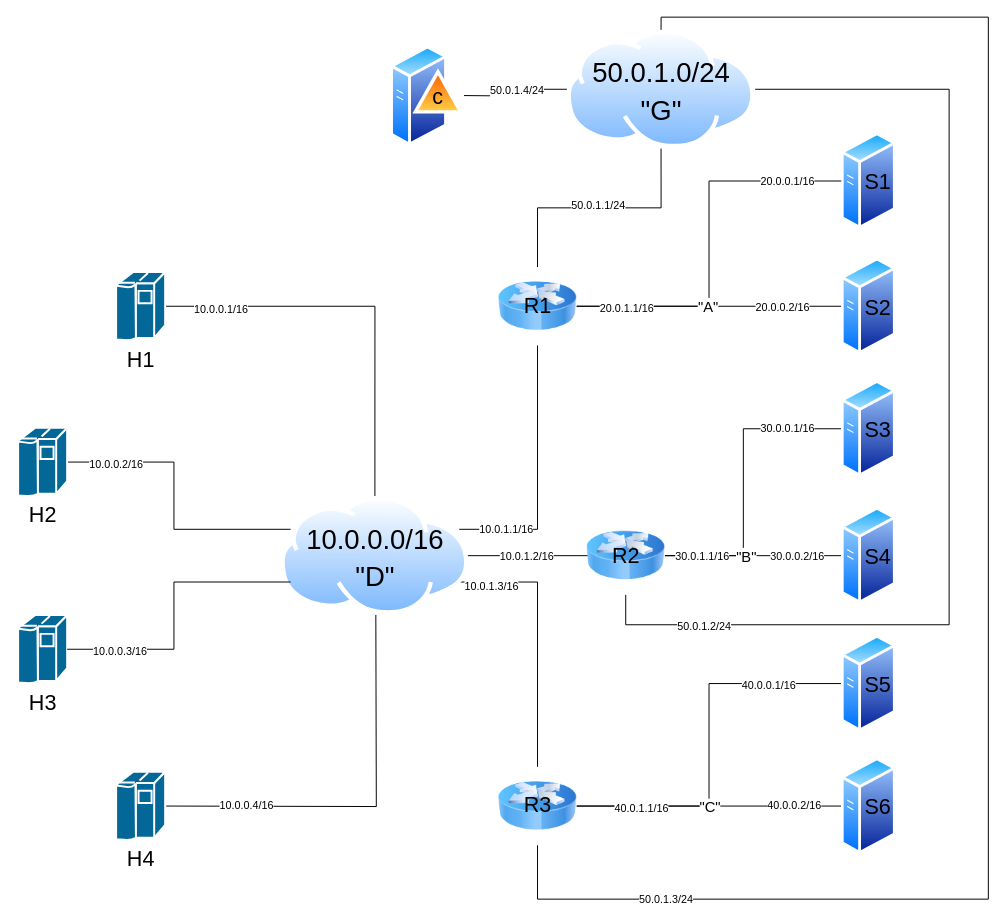
Above: network.drawio in Atlac/Load-Balancer (draw.io), before the change. Source tidied: cells renumbered, new cells numbered last; positions are measured from the earlier drawing's top-left corner, leaving out a move shared by most shapes. Both pictures are drawn from the tidied source at 98%, with x=0, y=0 at pixel (18, 17).
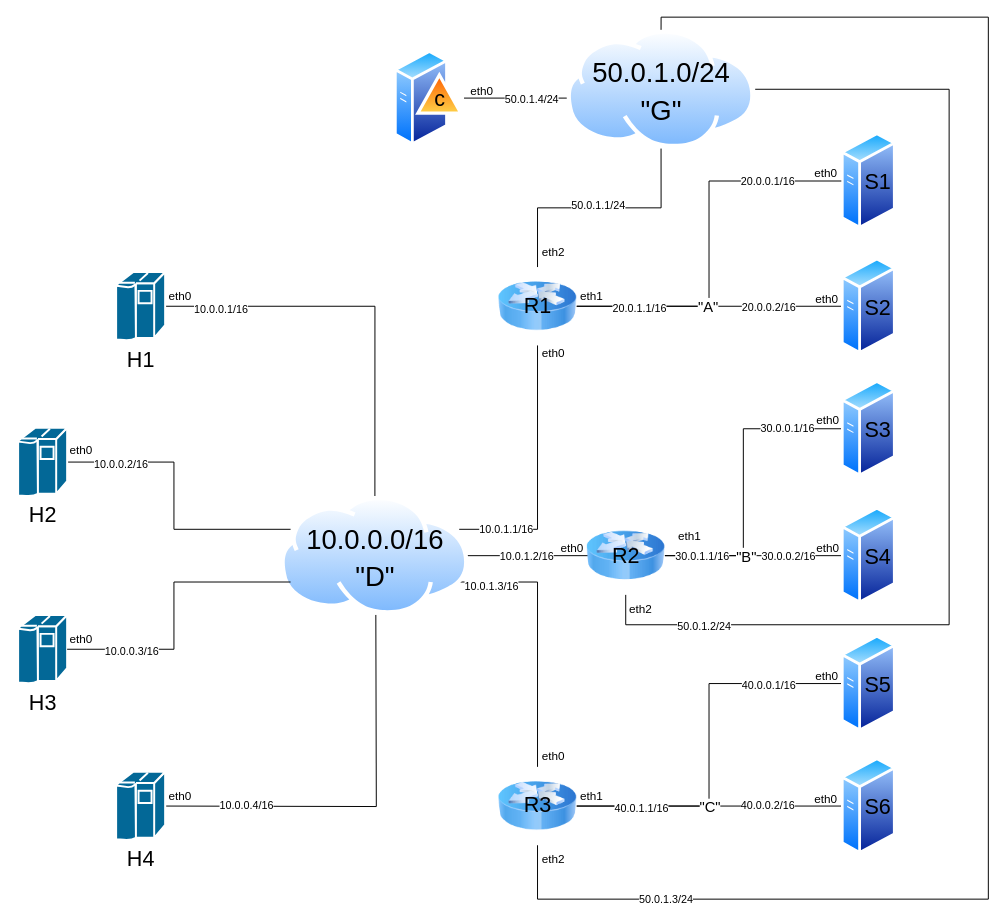
The same page after the edit.

The change refers to these unchanged cells:
```xml
<mxCell id="2" style="edgeStyle=orthogonalEdgeStyle;rounded=0;jettySize=auto;html=1;exitX=1;exitY=0.5;exitDx=0;exitDy=0;exitPerimeter=0;entryX=0;entryY=0.25;entryDx=0;entryDy=0;endArrow=none;startFill=0;" parent="1" edge="1" source="4" target="18">
  <mxGeometry relative="1" as="geometry" />
</mxCell>
<mxCell id="19" style="edgeStyle=orthogonalEdgeStyle;rounded=0;jettySize=auto;html=1;exitX=1;exitY=0.5;exitDx=0;exitDy=0;entryX=0;entryY=0.5;entryDx=0;entryDy=0;endArrow=none;startFill=0;" parent="1" edge="1" source="27">
  <mxGeometry relative="1" as="geometry">
    <mxPoint x="840" y="549.5" as="targetPoint" />
  </mxGeometry>
</mxCell>
<mxCell id="30" style="edgeStyle=orthogonalEdgeStyle;rounded=0;jettySize=auto;html=1;exitX=1;exitY=0.5;exitDx=0;exitDy=0;entryX=0;entryY=0.5;entryDx=0;entryDy=0;endArrow=none;startFill=0;" parent="1" edge="1" source="36" target="50">
  <mxGeometry relative="1" as="geometry">
    <Array as="points">
      <mxPoint x="700" y="805" />
      <mxPoint x="700" y="805" />
    </Array>
  </mxGeometry>
</mxCell>
<mxCell id="37" style="edgeStyle=orthogonalEdgeStyle;rounded=0;jettySize=auto;html=1;exitX=1;exitY=0.5;exitDx=0;exitDy=0;entryX=0;entryY=0.5;entryDx=0;entryDy=0;endArrow=none;startFill=0;" parent="1" edge="1" source="41" target="46">
  <mxGeometry relative="1" as="geometry" />
</mxCell>
<mxCell id="44" style="edgeStyle=orthogonalEdgeStyle;rounded=0;jettySize=auto;html=1;exitX=1;exitY=0.5;exitDx=0;exitDy=0;exitPerimeter=0;entryX=0;entryY=0.75;entryDx=0;entryDy=0;endArrow=none;startFill=0;" parent="1" edge="1" source="5" target="18">
  <mxGeometry relative="1" as="geometry" />
</mxCell>
<mxCell id="53" value="&lt;font style=&quot;font-size: 28px;&quot;&gt;50.0.1.0/24&lt;/font&gt;&lt;div&gt;&lt;font style=&quot;font-size: 28px;&quot;&gt;&quot;G&quot;&lt;/font&gt;&lt;/div&gt;" style="image;perimeter=ellipsePerimeter;html=1;align=center;shadow=0;dashed=0;spacingTop=3;image=img/lib/active_directory/internet_cloud.svg;verticalAlign=middle;labelPosition=center;verticalLabelPosition=middle;fontSize=31;labelBackgroundColor=none;" parent="1" vertex="1">
  <mxGeometry x="560" y="13.1" width="192.1" height="121" as="geometry" />
</mxCell>
<mxCell id="54" style="endArrow=none;html=1;rounded=0;entryX=0;entryY=0.5;entryDx=0;entryDy=0;edgeStyle=orthogonalEdgeStyle;exitX=1;exitY=0.5;exitDx=0;exitDy=0;" parent="1" edge="1" source="41" target="43">
  <mxGeometry relative="1" as="geometry" />
</mxCell>
```

Diff of the diagram source:
```diff
@@
     <mxCell id="3" value="10.0.0.2/16" style="edgeLabel;html=1;align=center;verticalAlign=middle;" parent="2" vertex="1">
       <mxGeometry x="-0.66" y="-2" relative="1" as="geometry">
-        <mxPoint x="-1" as="offset" />
+        <mxPoint x="4" as="offset" />
       </mxGeometry>
     </mxCell>
@@
     <mxCell id="20" value="30.0.0.2/16" style="edgeLabel;html=1;align=center;verticalAlign=middle;" parent="19" vertex="1">
       <mxGeometry x="0.38" y="3" relative="1" as="geometry">
-        <mxPoint x="10" y="3" as="offset" />
+        <mxPoint x="1" y="3" as="offset" />
       </mxGeometry>
     </mxCell>
@@
     <mxCell id="31" value="40.0.0.2/16" style="edgeLabel;html=1;align=center;verticalAlign=middle;" parent="30" vertex="1">
-      <mxGeometry x="0.64" y="1" relative="1" as="geometry" />
+      <mxGeometry x="0.64" y="1" relative="1" as="geometry">
+        <mxPoint x="-27" as="offset" />
+      </mxGeometry>
     </mxCell>
@@
     <mxCell id="38" value="20.0.0.2/16" style="edgeLabel;html=1;align=center;verticalAlign=middle;" parent="37" vertex="1">
-      <mxGeometry x="0.55" relative="1" as="geometry" />
+      <mxGeometry x="0.55" relative="1" as="geometry">
+        <mxPoint x="-14" as="offset" />
+      </mxGeometry>
     </mxCell>
@@
     <mxCell id="42" value="c" style="image;perimeter=ellipsePerimeter;html=1;align=center;shadow=0;dashed=0;spacingTop=3;image=img/lib/active_directory/domain_controller.svg;labelPosition=center;verticalLabelPosition=middle;verticalAlign=middle;labelBackgroundColor=none;spacingLeft=20;fontSize=22;" parent="1" vertex="1">
-      <mxGeometry x="380" y="26.9" width="75" height="107.2" as="geometry" />
+      <mxGeometry x="384" y="31.9" width="71" height="101.4" as="geometry" />
     </mxCell>
@@
     <mxCell id="45" value="10.0.0.3/16" style="edgeLabel;html=1;align=center;verticalAlign=middle;" parent="44" vertex="1">
       <mxGeometry x="-0.65" y="-5" relative="1" as="geometry">
-        <mxPoint x="1" y="-4" as="offset" />
+        <mxPoint x="13" y="-4" as="offset" />
       </mxGeometry>
     </mxCell>
@@
-    <mxCell id="51" style="edgeStyle=orthogonalEdgeStyle;rounded=0;jettySize=auto;html=1;exitX=0;exitY=0.5;exitDx=0;exitDy=0;endArrow=none;startFill=0;" parent="1" edge="1" source="53">
+    <mxCell id="51" style="edgeStyle=orthogonalEdgeStyle;rounded=0;jettySize=auto;html=1;exitX=0;exitY=0.5;exitDx=0;exitDy=0;endArrow=none;startFill=0;entryX=1;entryY=0.5;entryDx=0;entryDy=0;" parent="1" edge="1" target="42">
       <mxGeometry relative="1" as="geometry">
-        <mxPoint x="455" y="80" as="targetPoint" />
+        <mxPoint x="560" y="83" as="sourcePoint" />
+        <Array as="points">
+          <mxPoint x="455" y="83" />
+        </Array>
       </mxGeometry>
     </mxCell>
     <mxCell id="52" value="50.0.1.4/24" style="edgeLabel;html=1;align=center;verticalAlign=middle;" parent="51" vertex="1">
-      <mxGeometry x="-0.09" y="1" relative="1" as="geometry" />
+      <mxGeometry x="-0.09" y="1" relative="1" as="geometry">
+        <mxPoint x="11" as="offset" />
+      </mxGeometry>
     </mxCell>
@@
     <mxCell id="55" value="20.0.0.1/16" style="edgeLabel;html=1;align=center;verticalAlign=middle;" parent="54" vertex="1">
       <mxGeometry x="0.72" y="1" relative="1" as="geometry">
-        <mxPoint y="1" as="offset" />
+        <mxPoint x="-20" y="1" as="offset" />
       </mxGeometry>
     </mxCell>
     <mxCell id="56" value="20.0.1.1/16" style="edgeLabel;html=1;align=center;verticalAlign=middle;" parent="54" vertex="1">
-      <mxGeometry x="-0.75" y="-1" relative="1" as="geometry" />
+      <mxGeometry x="-0.75" y="-1" relative="1" as="geometry">
+        <mxPoint x="13" as="offset" />
+      </mxGeometry>
     </mxCell>
@@
+    <mxCell id="58" value="eth0" style="text;html=1;align=center;verticalAlign=middle;strokeColor=none;fillColor=none;" parent="1" vertex="1">
+      <mxGeometry x="39" y="427" width="50" height="30" as="geometry" />
+    </mxCell>
+    <mxCell id="59" value="eth0" style="text;html=1;align=center;verticalAlign=middle;strokeColor=none;fillColor=none;" parent="1" vertex="1">
+      <mxGeometry x="140" y="270" width="50" height="30" as="geometry" />
+    </mxCell>
+    <mxCell id="60" value="eth0" style="text;html=1;align=center;verticalAlign=middle;strokeColor=none;fillColor=none;" parent="1" vertex="1">
+      <mxGeometry x="39" y="620" width="50" height="30" as="geometry" />
+    </mxCell>
+    <mxCell id="61" value="eth0" style="text;html=1;align=center;verticalAlign=middle;strokeColor=none;fillColor=none;" parent="1" vertex="1">
+      <mxGeometry x="140" y="780" width="50" height="30" as="geometry" />
+    </mxCell>
+    <mxCell id="62" value="eth0" style="text;html=1;align=center;verticalAlign=middle;strokeColor=none;fillColor=none;" parent="1" vertex="1">
+      <mxGeometry x="521" y="328" width="50" height="30" as="geometry" />
+    </mxCell>
+    <mxCell id="63" value="eth0" style="text;html=1;align=center;verticalAlign=middle;strokeColor=none;fillColor=none;" parent="1" vertex="1">
+      <mxGeometry x="540" y="527" width="50" height="30" as="geometry" />
+    </mxCell>
+    <mxCell id="64" value="eth0" style="text;html=1;align=center;verticalAlign=middle;strokeColor=none;fillColor=none;" parent="1" vertex="1">
+      <mxGeometry x="521" y="740" width="50" height="30" as="geometry" />
+    </mxCell>
+    <mxCell id="65" value="eth2" style="text;html=1;align=center;verticalAlign=middle;strokeColor=none;fillColor=none;" parent="1" vertex="1">
+      <mxGeometry x="521" y="225" width="50" height="30" as="geometry" />
+    </mxCell>
+    <mxCell id="66" value="eth2" style="text;html=1;align=center;verticalAlign=middle;strokeColor=none;fillColor=none;" parent="1" vertex="1">
+      <mxGeometry x="521" y="845" width="50" height="30" as="geometry" />
+    </mxCell>
+    <mxCell id="67" value="eth2" style="text;html=1;align=center;verticalAlign=middle;strokeColor=none;fillColor=none;" parent="1" vertex="1">
+      <mxGeometry x="610" y="590" width="50" height="30" as="geometry" />
+    </mxCell>
+    <mxCell id="68" value="eth1" style="text;html=1;align=center;verticalAlign=middle;strokeColor=none;fillColor=none;" parent="1" vertex="1">
+      <mxGeometry x="560" y="780" width="50" height="30" as="geometry" />
+    </mxCell>
+    <mxCell id="69" value="eth1" style="text;html=1;align=center;verticalAlign=middle;strokeColor=none;fillColor=none;" parent="1" vertex="1">
+      <mxGeometry x="560" y="270" width="50" height="30" as="geometry" />
+    </mxCell>
+    <mxCell id="70" value="eth1" style="text;html=1;align=center;verticalAlign=middle;strokeColor=none;fillColor=none;" parent="1" vertex="1">
+      <mxGeometry x="660" y="515" width="50" height="30" as="geometry" />
+    </mxCell>
+    <mxCell id="71" value="eth0" style="text;html=1;align=center;verticalAlign=middle;strokeColor=none;fillColor=none;" parent="1" vertex="1">
+      <mxGeometry x="800" y="658" width="50" height="30" as="geometry" />
+    </mxCell>
+    <mxCell id="72" value="eth0" style="text;html=1;align=center;verticalAlign=middle;strokeColor=none;fillColor=none;" parent="1" vertex="1">
+      <mxGeometry x="801" y="527" width="50" height="30" as="geometry" />
+    </mxCell>
+    <mxCell id="73" value="eth0" style="text;html=1;align=center;verticalAlign=middle;strokeColor=none;fillColor=none;" parent="1" vertex="1">
+      <mxGeometry x="799" y="783" width="50" height="30" as="geometry" />
+    </mxCell>
+    <mxCell id="74" value="eth0" style="text;html=1;align=center;verticalAlign=middle;strokeColor=none;fillColor=none;" parent="1" vertex="1">
+      <mxGeometry x="801" y="397" width="50" height="30" as="geometry" />
+    </mxCell>
+    <mxCell id="75" value="eth0" style="text;html=1;align=center;verticalAlign=middle;strokeColor=none;fillColor=none;" parent="1" vertex="1">
+      <mxGeometry x="800" y="273" width="50" height="30" as="geometry" />
+    </mxCell>
+    <mxCell id="76" value="eth0" style="text;html=1;align=center;verticalAlign=middle;strokeColor=none;fillColor=none;" parent="1" vertex="1">
+      <mxGeometry x="799" y="145.1" width="50" height="30" as="geometry" />
+    </mxCell>
+    <mxCell id="77" value="eth0" style="text;html=1;align=center;verticalAlign=middle;strokeColor=none;fillColor=none;" parent="1" vertex="1">
+      <mxGeometry x="448" y="60.6" width="50" height="30" as="geometry" />
+    </mxCell>
```
